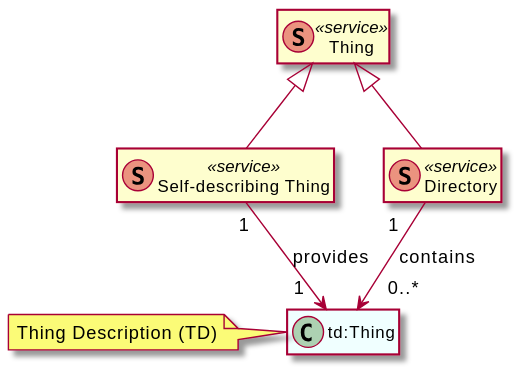
w3c/wot-discovery keeps this PlantUML diagram as images/exploration-class-diagram.svg. Above is the earlier version.
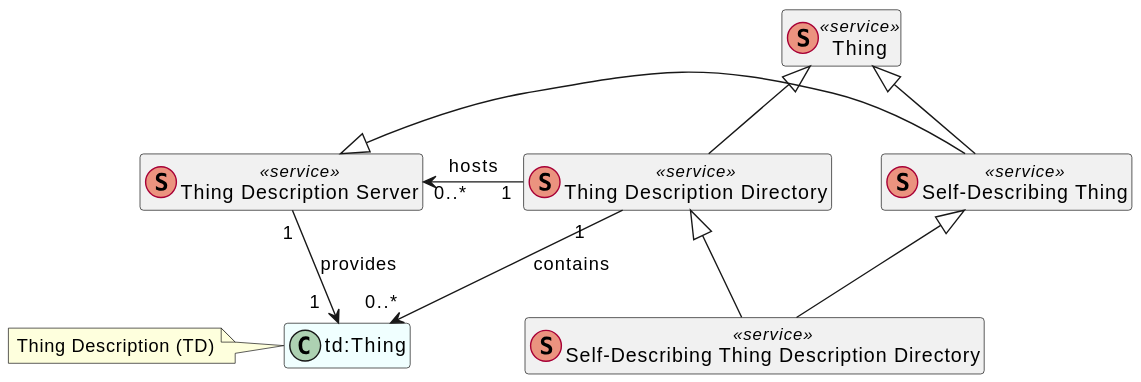
The same file after the commit.

Commit message:
Self service exploration (#330)

What changed in the source:
```diff
@@ -2,19 +2,26 @@
 hide methods
 hide members
 
+class Server as "Thing Description Server" <<(S,#eb937f) service>>
+
 class Thing <<(S,#eb937f) service>>
 together {
-    class SelfDesc as "Self-describing Thing" <<(S,#eb937f) service>>
-    class Directory <<(S,#eb937f) service>>
+    class SelfDesc as "Self-Describing Thing" <<(S,#eb937f) service>>
+    class Directory as "Thing Description Directory" <<(S,#eb937f) service>>
+    class SelfDirectory as "Self-Describing Thing Description Directory" <<(S,#eb937f) service>>
 }
 
 class TD as "td:Thing" #Azure
 note left: Thing Description (TD)
 
 Thing <|-- SelfDesc
+Server <|-- SelfDesc
 Thing <|-- Directory
-SelfDesc "1" --> "1  " TD: provides
+Directory <|-- SelfDirectory
+SelfDesc <|-- SelfDirectory
+Server "1" --> "1  " TD: provides
 Directory "1   " --> "   0..*" TD: contains
+Directory "   1" --> "0..*   " Server: hosts
 
 
 @enduml
```
